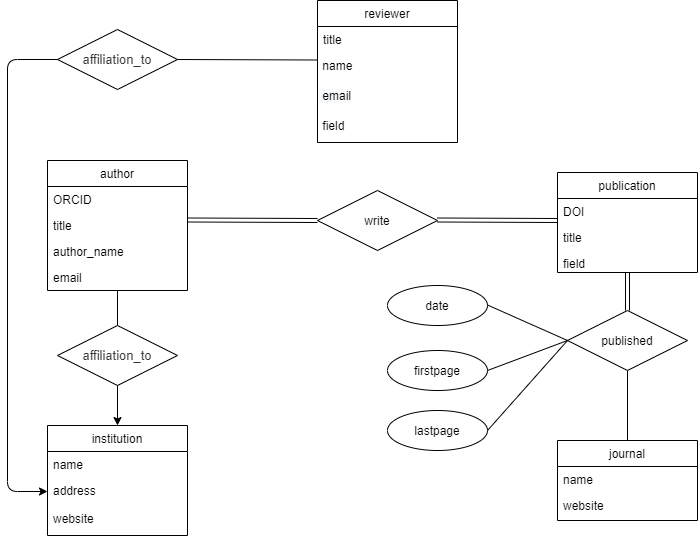
impulseoy/learnGit keeps this draw.io diagram as Untitled Diagram.png. Above is the earlier version. Source tidied: cells renumbered, new cells last; positions are measured from the earlier drawing's top-left corner, leaving out a move shared by most shapes.
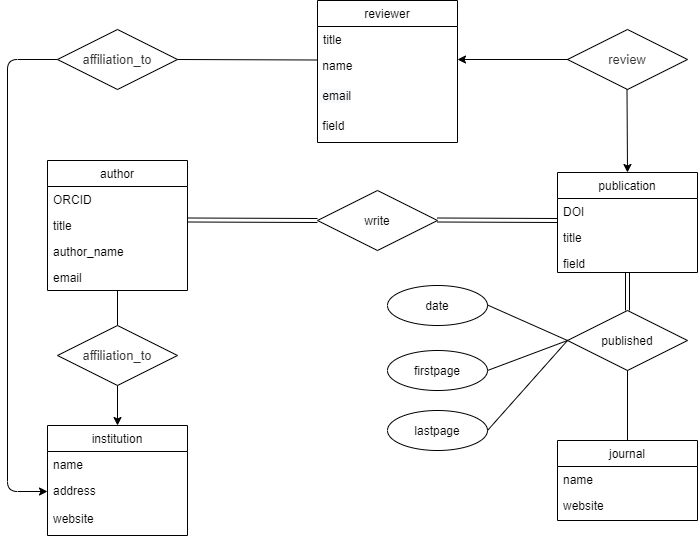
Later version of the same file.

Diff of the diagram source:
```diff
@@ -143,5 +143,19 @@
         </Array>
       </mxGeometry>
     </mxCell>
+    <mxCell id="41" value="&lt;span style=&quot;color: rgb(51 , 51 , 51) ; font-family: &amp;#34;arial&amp;#34; , sans-serif ; font-size: 13px ; background-color: rgb(255 , 255 , 255)&quot;&gt;review&lt;/span&gt;" style="shape=rhombus;perimeter=rhombusPerimeter;whiteSpace=wrap;html=1;align=center;" parent="1" vertex="1">
+      <mxGeometry x="560" y="29" width="120" height="60" as="geometry" />
+    </mxCell>
+    <mxCell id="42" style="endArrow=classic;html=1;" parent="1" edge="1">
+      <mxGeometry relative="1" as="geometry">
+        <mxPoint x="561" y="59" as="sourcePoint" />
+        <mxPoint x="450" y="59" as="targetPoint" />
+      </mxGeometry>
+    </mxCell>
+    <mxCell id="43" style="endArrow=classic;html=1;exitX=0.5;exitY=1;exitDx=0;exitDy=0;entryX=0.5;entryY=0;entryDx=0;entryDy=0;" parent="1" edge="1" target="2">
+      <mxGeometry relative="1" as="geometry">
+        <mxPoint x="619.5" y="89" as="sourcePoint" />
+      </mxGeometry>
+    </mxCell>
   </root>
 </mxGraphModel>
```
